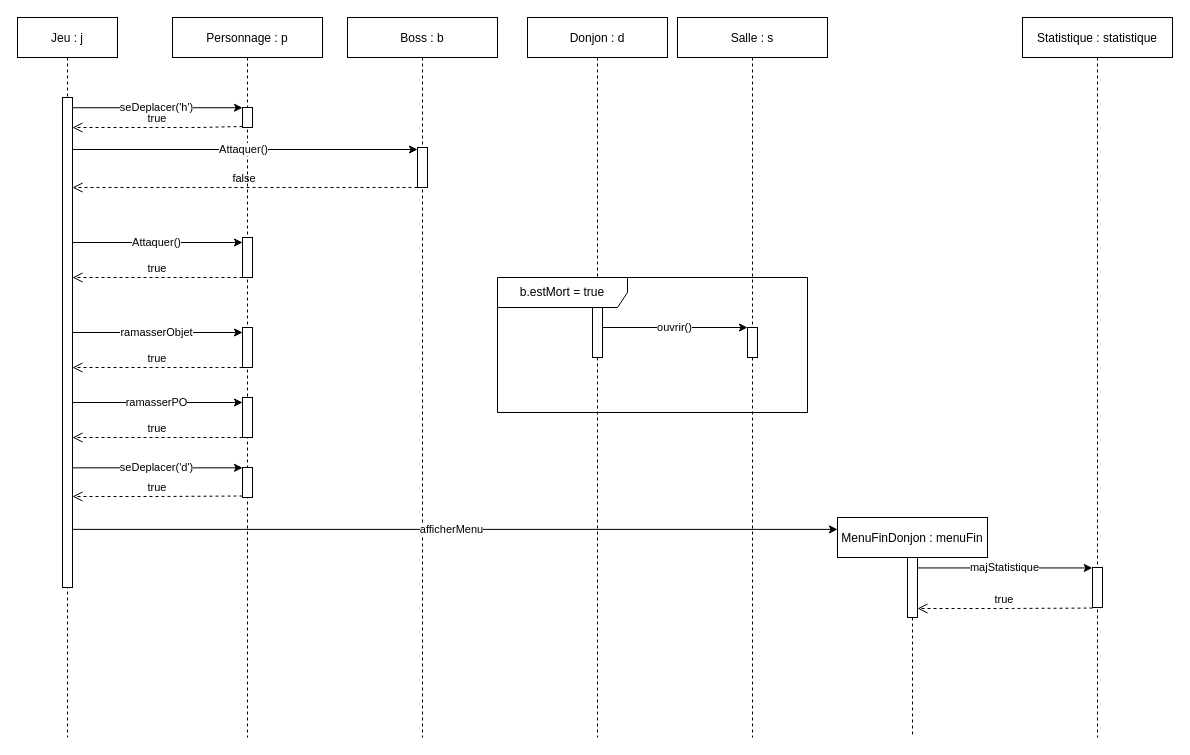
Earlier version of the draw.io diagram Diagrammes/Diagrammes de séquences/Diagramme de sequence - Scenario7.drawio (Eoloc/M1MIAGE_ProjetUML). Source tidied: cells renumbered, new cells numbered last; positions are measured from the earlier drawing's top-left corner, leaving out a move shared by most shapes. Both pictures are drawn from the tidied source at 100%, with x=0, y=0 at pixel (17, 17).
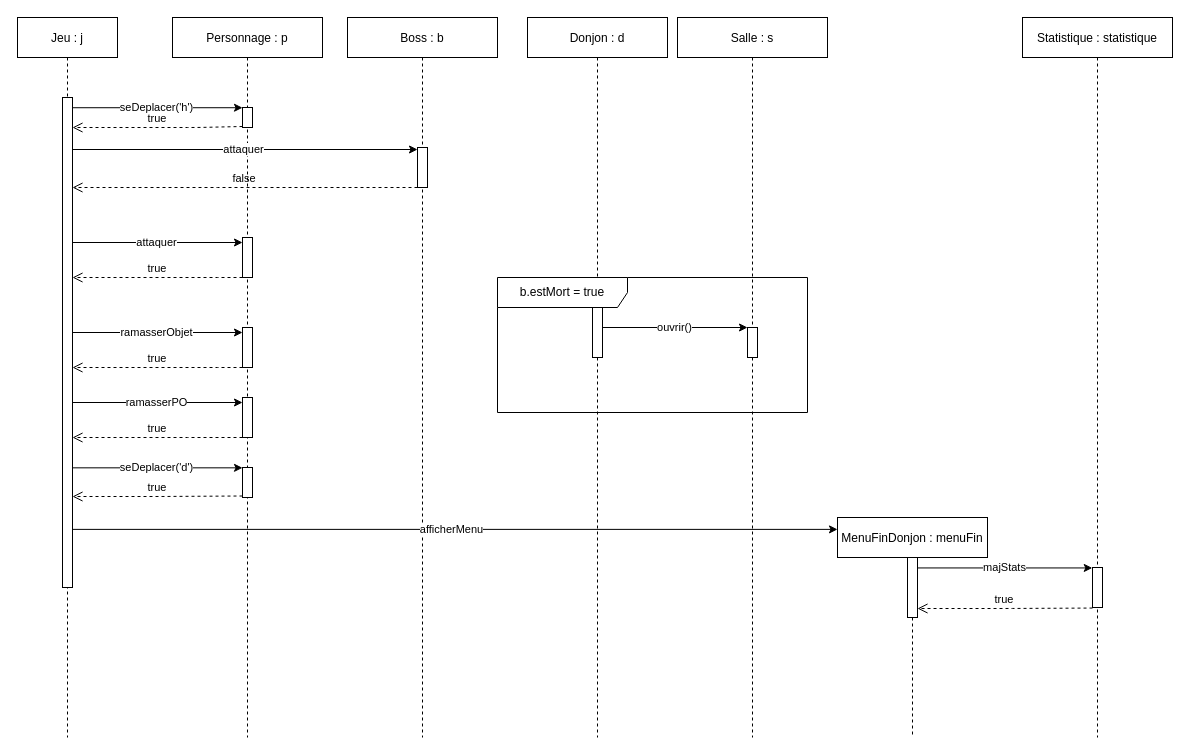
Above is the later version.

The change refers to these unchanged cells:
```xml
<mxCell id="3" style="points=[];perimeter=orthogonalPerimeter;rounded=0;shadow=0;strokeWidth=1;" parent="2" vertex="1">
  <mxGeometry x="45" y="80" width="10" height="490" as="geometry" />
</mxCell>
<mxCell id="13" style="points=[];perimeter=orthogonalPerimeter;rounded=0;shadow=0;strokeWidth=1;" parent="12" vertex="1">
  <mxGeometry x="70" y="130" width="10" height="40" as="geometry" />
</mxCell>
<mxCell id="16" style="points=[];perimeter=orthogonalPerimeter;rounded=0;shadow=0;strokeWidth=1;" parent="1" vertex="1">
  <mxGeometry x="225" y="220" width="10" height="40" as="geometry" />
</mxCell>
<mxCell id="32" style="points=[];perimeter=orthogonalPerimeter;rounded=0;shadow=0;strokeWidth=1;" parent="31" vertex="1">
  <mxGeometry x="70" y="40" width="10" height="60" as="geometry" />
</mxCell>
<mxCell id="34" style="points=[];perimeter=orthogonalPerimeter;rounded=0;shadow=0;strokeWidth=1;" parent="1" vertex="1">
  <mxGeometry x="1075" y="550" width="10" height="40" as="geometry" />
</mxCell>
```

What changed in the source:
```diff
@@
-    <mxCell id="14" value="Attaquer()" style="endArrow=classic;html=1;entryX=0;entryY=0.125;entryDx=0;entryDy=0;entryPerimeter=0;" parent="1" edge="1" source="3" target="16">
+    <mxCell id="14" value="attaquer" style="endArrow=classic;html=1;entryX=0;entryY=0.125;entryDx=0;entryDy=0;entryPerimeter=0;" parent="1" edge="1" source="3" target="16">
       <mxGeometry x="-0.01" relative="1" as="geometry" />
     </mxCell>
-    <mxCell id="15" value="Attaquer()" style="endArrow=classic;html=1;entryX=0;entryY=0.05;entryDx=0;entryDy=0;entryPerimeter=0;" parent="1" edge="1" source="3" target="13">
+    <mxCell id="15" value="attaquer" style="endArrow=classic;html=1;entryX=0;entryY=0.05;entryDx=0;entryDy=0;entryPerimeter=0;" parent="1" edge="1" source="3" target="13">
       <mxGeometry x="-0.01" relative="1" as="geometry" />
     </mxCell>
@@
-    <mxCell id="35" value="majStatistique" style="endArrow=classic;html=1;entryX=-0.021;entryY=0.011;entryDx=0;entryDy=0;entryPerimeter=0;" parent="1" edge="1" source="32" target="34">
+    <mxCell id="35" value="majStats" style="endArrow=classic;html=1;entryX=-0.021;entryY=0.011;entryDx=0;entryDy=0;entryPerimeter=0;" parent="1" edge="1" source="32" target="34">
       <mxGeometry x="-0.01" relative="1" as="geometry" />
     </mxCell>
```
